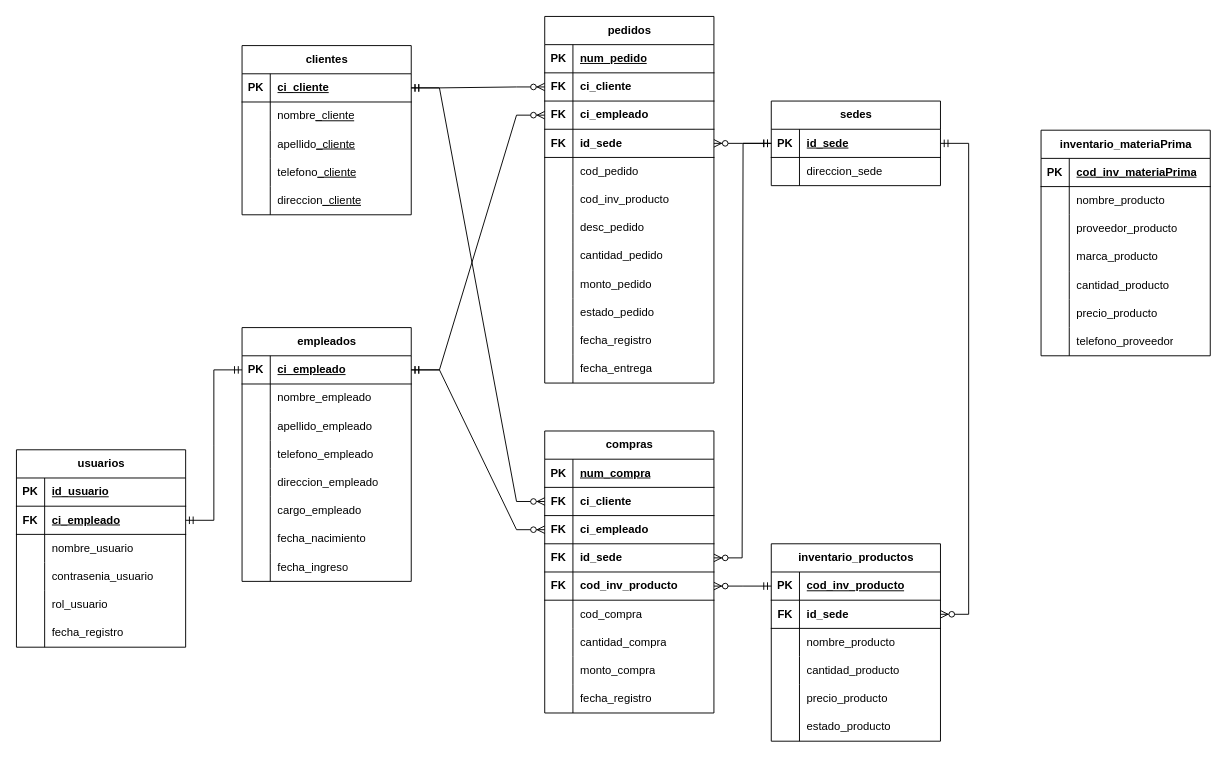
Above: page "RD" (3 of 4) of IUTCM - Caso De Estudio - Analisis De Sistemas Para Informatica.drawio in AlbanyNVRodriguez/draw---diagrams (draw.io), before the change. Source tidied: cells renumbered, new cells numbered last; positions are measured from the earlier drawing's top-left corner, leaving out a move shared by most shapes. Both pictures are drawn from the tidied source at 94%, with x=0, y=0 at pixel (16, 16).
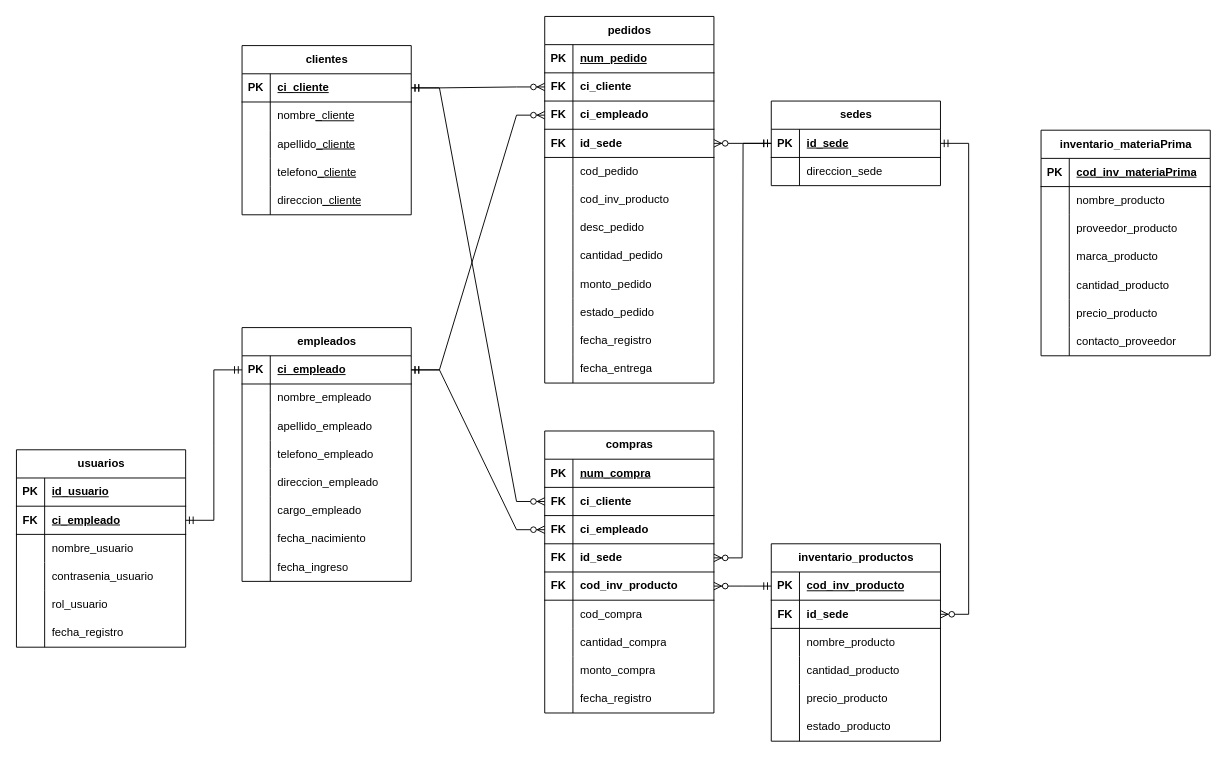
After the change.

The change refers to these unchanged cells:
```xml
<mxCell id="81" style="shape=tableRow;horizontal=0;startSize=0;swimlaneHead=0;swimlaneBody=0;fillColor=none;top=0;left=0;right=0;bottom=0;" parent="62" vertex="1">
  <mxGeometry y="210" width="180" height="30" as="geometry" />
</mxCell>
```

Diff of the diagram source:
```diff
@@
-    <mxCell id="83" value="telefono_proveedor" style="shape=partialRectangle;fillColor=none;top=0;left=0;bottom=0;right=0;align=left;spacingLeft=6;overflow=hidden;whiteSpace=wrap;html=1;" parent="81" vertex="1">
+    <mxCell id="83" value="contacto_proveedor" style="shape=partialRectangle;fillColor=none;top=0;left=0;bottom=0;right=0;align=left;spacingLeft=6;overflow=hidden;whiteSpace=wrap;html=1;" parent="81" vertex="1">
       <mxGeometry x="30" width="150" height="30" as="geometry" />
     </mxCell>
```
